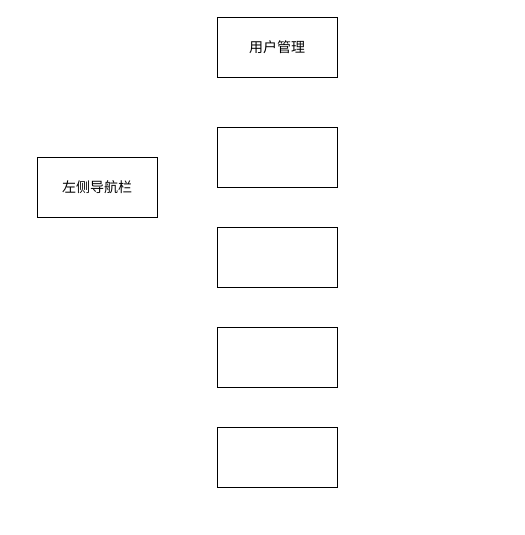
bzerozero7/test keeps this draw.io diagram as page "核心平台主要功能" (4 of 4) of mingluzhongxue.drawio. Above is the earlier version. Source tidied: cells renumbered, new cells numbered last; positions are measured from the earlier drawing's top-left corner, leaving out a move shared by most shapes. Both pictures are drawn from the tidied source at 100%, with x=0, y=0 at pixel (37, 17).
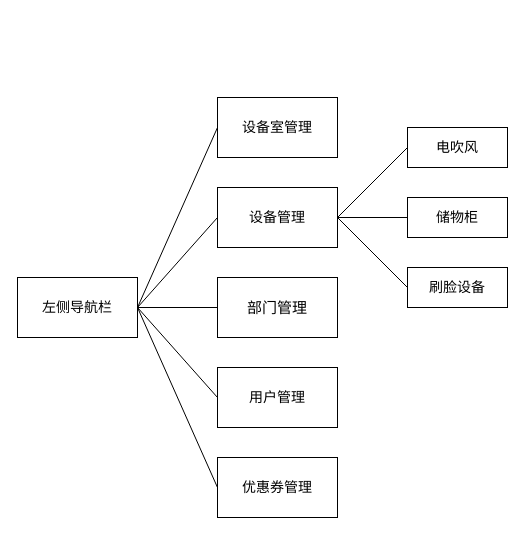
After the change.

Change to the diagram source:
```diff
@@
 <mxGraphModel>
   <root>
     <mxCell id="0" />
     <mxCell id="1" parent="0" />
     <mxCell id="2" value="&lt;font style=&quot;font-size: 14px;&quot;&gt;左侧导航栏&lt;/font&gt;" style="rounded=0;whiteSpace=wrap;html=1;" parent="1" vertex="1">
-      <mxGeometry y="140" width="120" height="60" as="geometry" />
+      <mxGeometry x="-20" y="260" width="120" height="60" as="geometry" />
     </mxCell>
     <mxCell id="3" value="&lt;font style=&quot;font-size: 14px;&quot;&gt;用户管理&lt;/font&gt;" style="rounded=0;whiteSpace=wrap;html=1;" parent="1" vertex="1">
-      <mxGeometry x="180" width="120" height="60" as="geometry" />
+      <mxGeometry x="180" y="350" width="120" height="60" as="geometry" />
     </mxCell>
-    <mxCell id="4" style="rounded=0;whiteSpace=wrap;html=1;" parent="1" vertex="1">
-      <mxGeometry x="180" y="110" width="120" height="60" as="geometry" />
+    <mxCell id="4" value="&lt;font style=&quot;font-size: 14px;&quot;&gt;设备管理&lt;/font&gt;" style="rounded=0;whiteSpace=wrap;html=1;" parent="1" vertex="1">
+      <mxGeometry x="180" y="170" width="120" height="60" as="geometry" />
     </mxCell>
-    <mxCell id="5" style="rounded=0;whiteSpace=wrap;html=1;" parent="1" vertex="1">
-      <mxGeometry x="180" y="210" width="120" height="60" as="geometry" />
+    <mxCell id="5" value="&lt;font style=&quot;font-size: 15px;&quot;&gt;部门管理&lt;/font&gt;" style="rounded=0;whiteSpace=wrap;html=1;" parent="1" vertex="1">
+      <mxGeometry x="180" y="260" width="120" height="60" as="geometry" />
     </mxCell>
-    <mxCell id="6" style="rounded=0;whiteSpace=wrap;html=1;" parent="1" vertex="1">
-      <mxGeometry x="180" y="310" width="120" height="60" as="geometry" />
+    <mxCell id="6" value="&lt;font style=&quot;font-size: 14px;&quot;&gt;设备室管理&lt;/font&gt;" style="rounded=0;whiteSpace=wrap;html=1;" parent="1" vertex="1">
+      <mxGeometry x="180" y="80" width="120" height="60" as="geometry" />
     </mxCell>
-    <mxCell id="7" style="rounded=0;whiteSpace=wrap;html=1;" parent="1" vertex="1">
-      <mxGeometry x="180" y="410" width="120" height="60" as="geometry" />
+    <mxCell id="7" value="&lt;font style=&quot;font-size: 14px;&quot;&gt;优惠券管理&lt;/font&gt;" style="rounded=0;whiteSpace=wrap;html=1;" parent="1" vertex="1">
+      <mxGeometry x="180" y="440" width="120" height="60" as="geometry" />
     </mxCell>
+    <mxCell id="8" value="&lt;span style=&quot;font-size: 14px;&quot;&gt;电吹风&lt;/span&gt;" style="rounded=0;whiteSpace=wrap;html=1;" parent="1" vertex="1">
+      <mxGeometry x="370" y="110" width="100" height="40" as="geometry" />
+    </mxCell>
+    <mxCell id="9" value="&lt;span style=&quot;font-size: 14px;&quot;&gt;储物柜&lt;/span&gt;" style="rounded=0;whiteSpace=wrap;html=1;" parent="1" vertex="1">
+      <mxGeometry x="370" y="180" width="100" height="40" as="geometry" />
+    </mxCell>
+    <mxCell id="10" value="&lt;span style=&quot;font-size: 14px;&quot;&gt;刷脸设备&lt;/span&gt;" style="rounded=0;whiteSpace=wrap;html=1;" parent="1" vertex="1">
+      <mxGeometry x="370" y="250" width="100" height="40" as="geometry" />
+    </mxCell>
+    <mxCell id="11" style="endArrow=none;html=1;rounded=0;exitX=1;exitY=0.5;exitDx=0;exitDy=0;entryX=0;entryY=0.5;entryDx=0;entryDy=0;" parent="1" edge="1" source="2" target="6">
+      <mxGeometry relative="1" as="geometry" />
+    </mxCell>
+    <mxCell id="12" style="endArrow=none;html=1;rounded=0;exitX=1;exitY=0.5;exitDx=0;exitDy=0;entryX=0;entryY=0.5;entryDx=0;entryDy=0;" parent="1" edge="1" source="2" target="4">
+      <mxGeometry relative="1" as="geometry" />
+    </mxCell>
+    <mxCell id="13" style="endArrow=none;html=1;rounded=0;exitX=1;exitY=0.5;exitDx=0;exitDy=0;entryX=0;entryY=0.5;entryDx=0;entryDy=0;" parent="1" edge="1" source="2" target="5">
+      <mxGeometry relative="1" as="geometry" />
+    </mxCell>
+    <mxCell id="14" style="endArrow=none;html=1;rounded=0;exitX=1;exitY=0.5;exitDx=0;exitDy=0;entryX=0;entryY=0.5;entryDx=0;entryDy=0;" parent="1" edge="1" source="2" target="3">
+      <mxGeometry relative="1" as="geometry" />
+    </mxCell>
+    <mxCell id="15" style="endArrow=none;html=1;rounded=0;exitX=1;exitY=0.5;exitDx=0;exitDy=0;entryX=0;entryY=0.5;entryDx=0;entryDy=0;" parent="1" edge="1" source="2" target="7">
+      <mxGeometry relative="1" as="geometry" />
+    </mxCell>
+    <mxCell id="16" style="endArrow=none;html=1;rounded=0;exitX=1;exitY=0.5;exitDx=0;exitDy=0;entryX=0;entryY=0.5;entryDx=0;entryDy=0;" parent="1" edge="1" source="4" target="8">
+      <mxGeometry relative="1" as="geometry" />
+    </mxCell>
+    <mxCell id="17" style="endArrow=none;html=1;rounded=0;exitX=1;exitY=0.5;exitDx=0;exitDy=0;entryX=0;entryY=0.5;entryDx=0;entryDy=0;" parent="1" edge="1" source="4" target="9">
+      <mxGeometry relative="1" as="geometry" />
+    </mxCell>
+    <mxCell id="18" style="endArrow=none;html=1;rounded=0;exitX=1;exitY=0.5;exitDx=0;exitDy=0;entryX=0;entryY=0.5;entryDx=0;entryDy=0;" parent="1" edge="1" source="4" target="10">
+      <mxGeometry relative="1" as="geometry" />
+    </mxCell>
   </root>
 </mxGraphModel>
```
